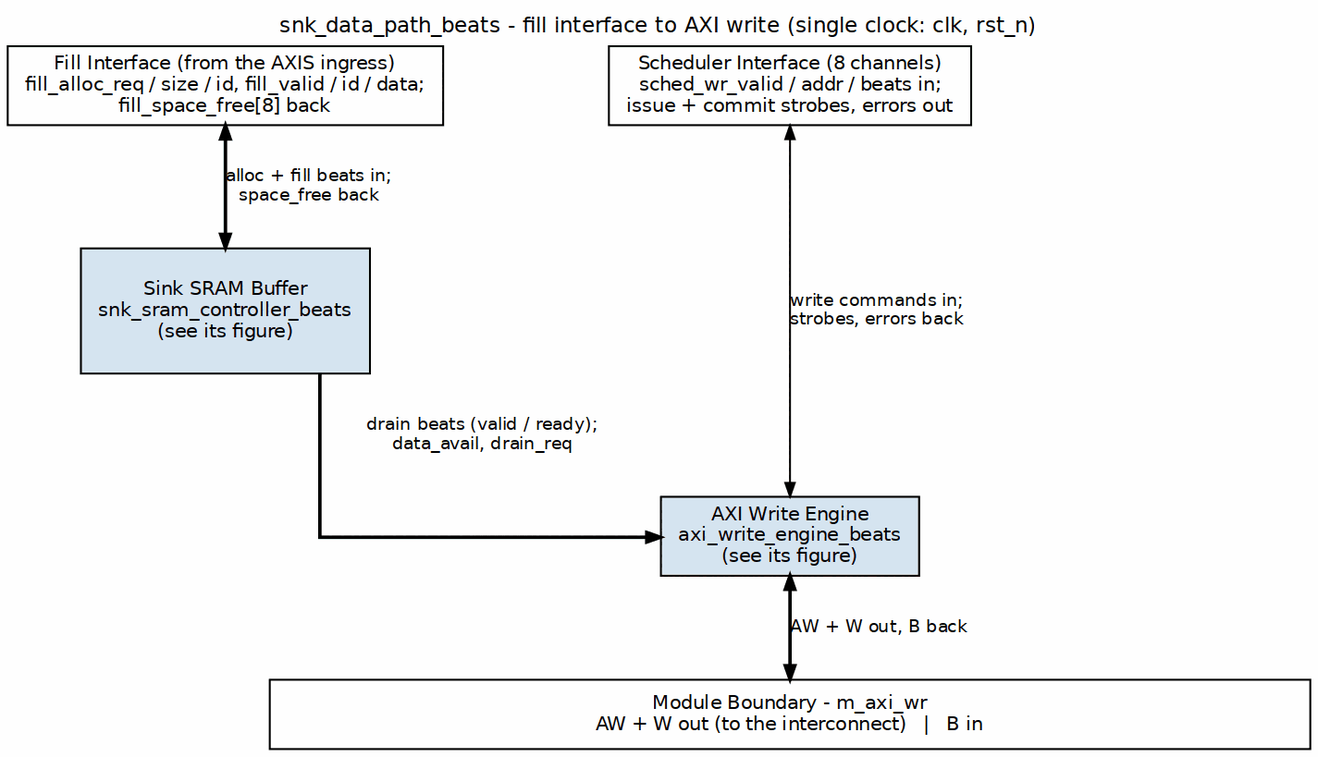
Above: projects/components/dma-ip/rapids/docs/rapids_beats_mas/assets/graphviz/13_sink_data_path.png in sean-galloway/RTLDesignSherpa (Graphviz), before the change. Its source is kept beside it as projects/components/dma-ip/rapids/docs/rapids_beats_mas/assets/graphviz/13_sink_data_path.dot.
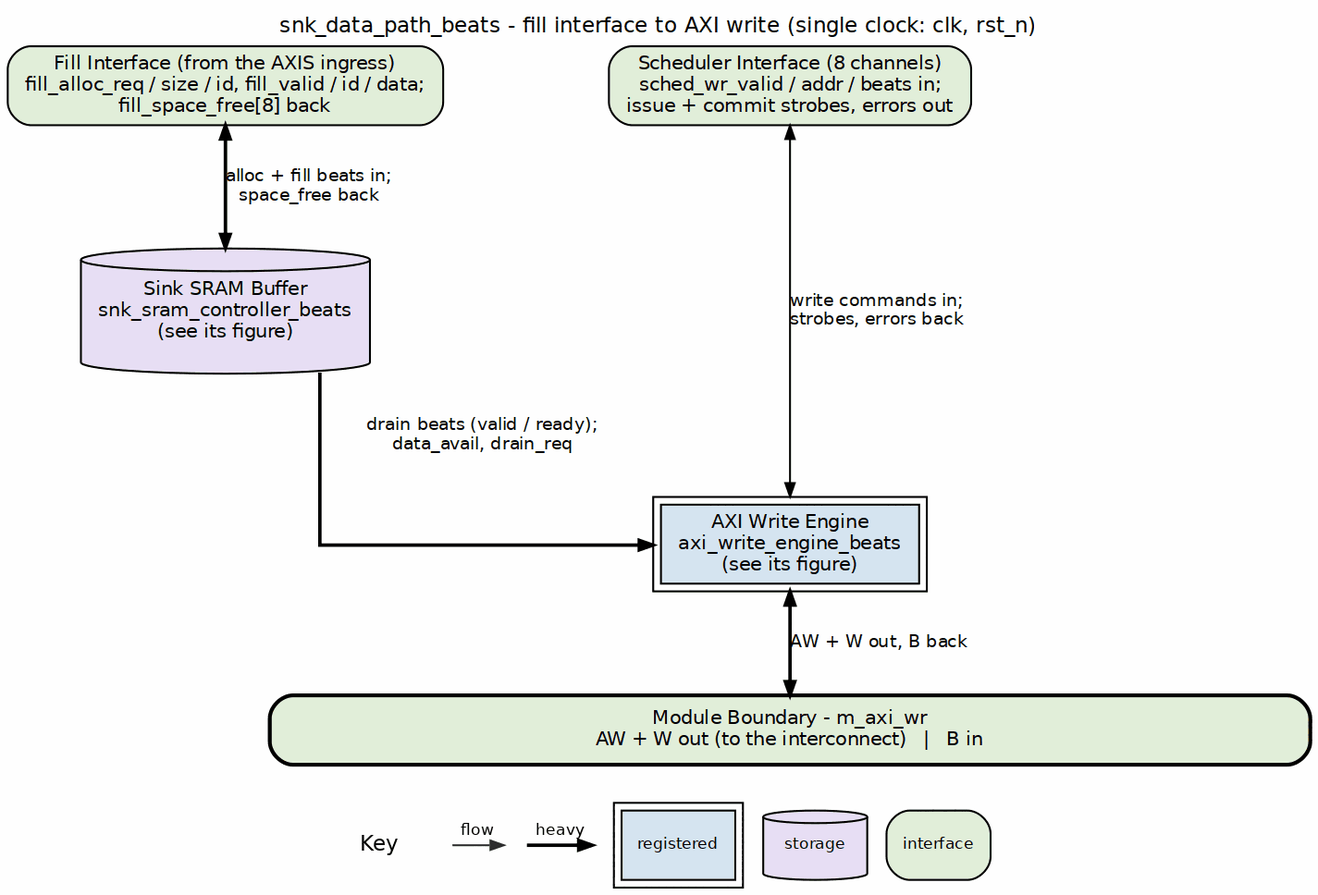
The same diagram one commit later.

Change to the diagram source:
```diff
@@ -4,14 +4,14 @@
            label="snk_data_path_beats - fill interface to AXI write (single clock: clk, rst_n)",
            labelloc=t, labeljust=c];
     node  [fontname="Helvetica", fontsize=10, shape=box, style=filled,
-           fillcolor="#D6E4F0", color="black", margin="0.12,0.06"];
+           fillcolor="white", color="black", margin="0.12,0.06"];
     edge  [fontname="Helvetica", fontsize=9, color="black", arrowsize=0.7];
 
-    fill  [label="Fill Interface (from the AXIS ingress)\nfill_alloc_req / size / id, fill_valid / id / data;\nfill_space_free[8] back", fillcolor="white", group=L];
-    sched [label="Scheduler Interface (8 channels)\nsched_wr_valid / addr / beats in;\nissue + commit strobes, errors out", fillcolor="white", group=C];
-    sram  [label="Sink SRAM Buffer\nsnk_sram_controller_beats\n(see its figure)", height=0.9, group=L];
-    eng   [label="AXI Write Engine\naxi_write_engine_beats\n(see its figure)", group=C];
-    bar   [label="Module Boundary - m_axi_wr\nAW + W out (to the interconnect)   |   B in", fillcolor="white", width=7.5];
+    fill  [label="Fill Interface (from the AXIS ingress)\nfill_alloc_req / size / id, fill_valid / id / data;\nfill_space_free[8] back", fillcolor="white", group=L, style="rounded,filled", fillcolor="#E2EFDA"];
+    sched [label="Scheduler Interface (8 channels)\nsched_wr_valid / addr / beats in;\nissue + commit strobes, errors out", fillcolor="white", group=C, style="rounded,filled", fillcolor="#E2EFDA"];
+    sram  [label="Sink SRAM Buffer\nsnk_sram_controller_beats\n(see its figure)", height=0.9, group=L, shape=cylinder, style="filled", fillcolor="#E8DFF5"];
+    eng   [label="AXI Write Engine\naxi_write_engine_beats\n(see its figure)", group=C, peripheries=2, style="filled", fillcolor="#D6E4F0"];
+    bar   [label="Module Boundary - m_axi_wr\nAW + W out (to the interconnect)   |   B in", fillcolor="white", width=7.5, style="rounded,filled,bold", fillcolor="#E2EFDA"];
 
     fill  -> sram [dir=both, label="alloc + fill beats in;\nspace_free back", penwidth=1.8];
     sram  -> eng  [label="drain beats (valid / ready);\ndata_avail, drain_req", penwidth=1.8];
```
